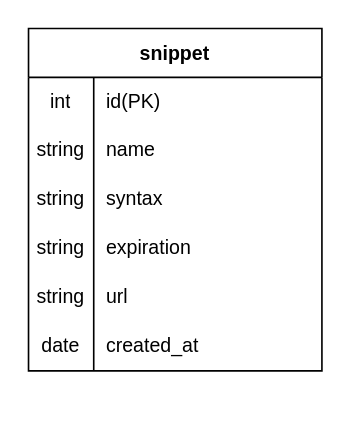
The draw.io diagram Design/ER.dio in Aki158/Text-Snippet-Sharing-Service, before the edit. Source tidied: cells renumbered, new cells numbered last; positions are measured from the earlier drawing's top-left corner, leaving out a move shared by most shapes. Both pictures are drawn from the tidied source at 163%, with x=0, y=0 at pixel (28, 28).
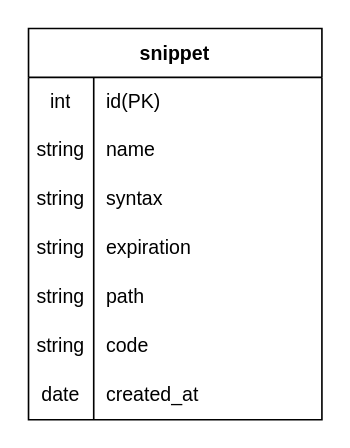
The same diagram, later.

Unchanged cells that the change refers to:
```xml
<mxCell id="15" style="shape=tableRow;horizontal=0;startSize=0;swimlaneHead=0;swimlaneBody=0;top=0;left=0;bottom=0;right=0;fillColor=none;" parent="2" vertex="1">
  <mxGeometry y="150" width="180" height="30" as="geometry" />
</mxCell>
```

What changed in the source:
```diff
@@
     <mxCell id="2" value="snippet" style="shape=table;startSize=30;childLayout=tableLayout;rowLines=0;fontStyle=1;" parent="1" vertex="1">
-      <mxGeometry width="180" height="210" as="geometry" />
+      <mxGeometry width="180" height="240" as="geometry" />
     </mxCell>
@@
-    <mxCell id="17" value="url" style="shape=partialRectangle;html=1;whiteSpace=wrap;fillColor=none;top=0;left=0;bottom=0;right=0;align=left;spacingLeft=6;overflow=hidden;" parent="15" vertex="1">
+    <mxCell id="17" value="path" style="shape=partialRectangle;html=1;whiteSpace=wrap;fillColor=none;top=0;left=0;bottom=0;right=0;align=left;spacingLeft=6;overflow=hidden;" parent="15" vertex="1">
       <mxGeometry x="40" width="140" height="30" as="geometry" />
     </mxCell>
+    <mxCell id="21" style="shape=tableRow;horizontal=0;startSize=0;swimlaneHead=0;swimlaneBody=0;top=0;left=0;bottom=0;right=0;fillColor=none;" parent="2" vertex="1">
+      <mxGeometry y="180" width="180" height="30" as="geometry" />
+    </mxCell>
+    <mxCell id="22" value="string" style="shape=partialRectangle;html=1;whiteSpace=wrap;fillColor=none;top=0;left=0;bottom=0;right=0;overflow=hidden;" parent="21" vertex="1">
+      <mxGeometry width="40" height="30" as="geometry" />
+    </mxCell>
+    <mxCell id="23" value="code" style="shape=partialRectangle;html=1;whiteSpace=wrap;fillColor=none;top=0;left=0;bottom=0;right=0;align=left;spacingLeft=6;overflow=hidden;" parent="21" vertex="1">
+      <mxGeometry x="40" width="140" height="30" as="geometry" />
+    </mxCell>
     <mxCell id="18" style="shape=tableRow;horizontal=0;startSize=0;swimlaneHead=0;swimlaneBody=0;top=0;left=0;bottom=0;right=0;fillColor=none;" parent="2" vertex="1">
-      <mxGeometry y="180" width="180" height="30" as="geometry" />
+      <mxGeometry y="210" width="180" height="30" as="geometry" />
     </mxCell>
```
